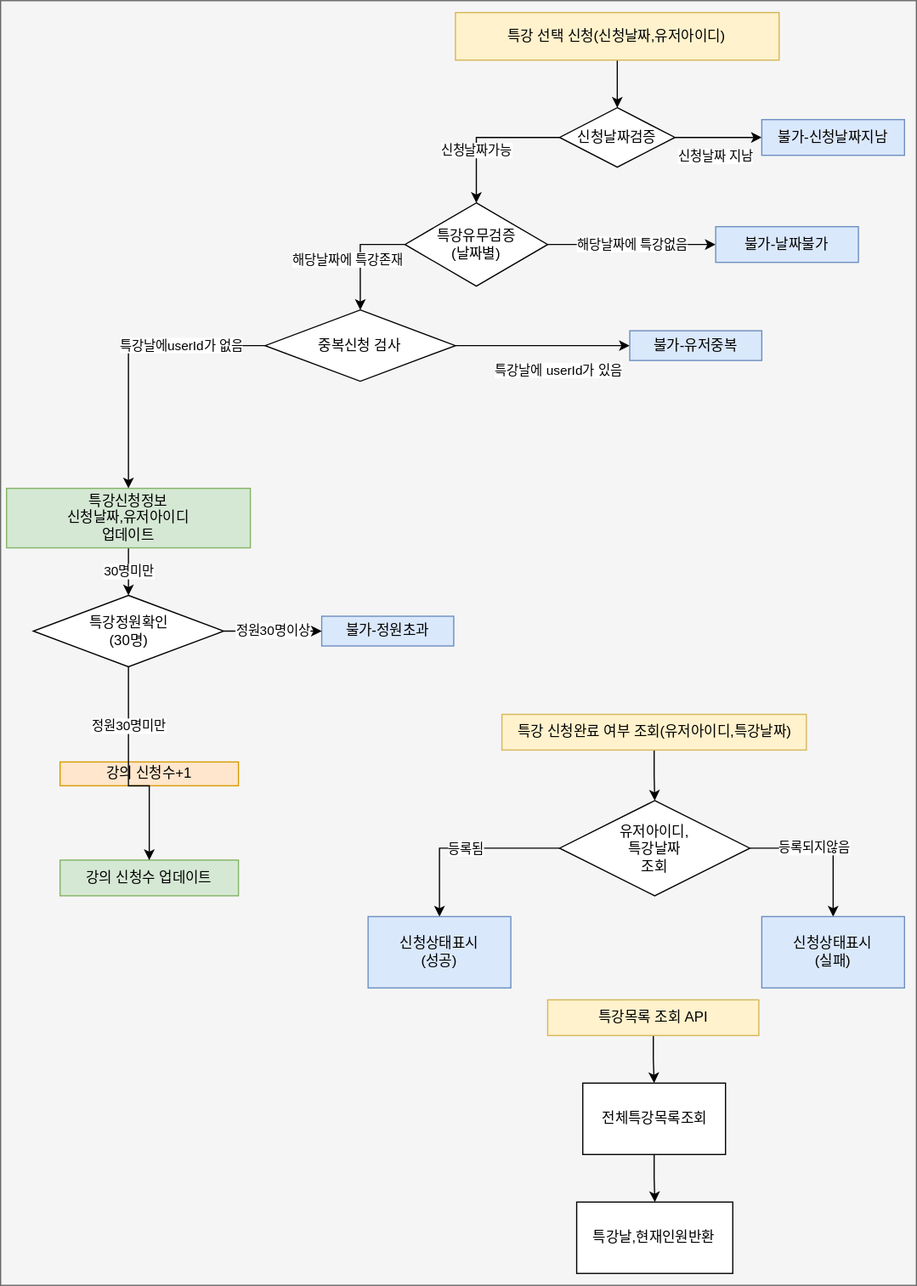
kabalport/ecommerce keeps this draw.io diagram as src/main/java/com/cdy/ecommerce/document/diagram/2.service-flow.svg. Above is the earlier version. Source tidied: cells renumbered, new cells last; positions are measured from the earlier drawing's top-left corner, leaving out a move shared by most shapes. The source it was exported from:
```xml
<mxGraphModel>
  <root>
    <mxCell id="0" />
    <mxCell id="1" parent="0" />
    <mxCell id="2" style="rounded=0;whiteSpace=wrap;html=1;fillColor=#f5f5f5;strokeColor=#666666;fontColor=#333333;" parent="1" vertex="1">
      <mxGeometry width="770" height="1080" as="geometry" />
    </mxCell>
    <mxCell id="3" style="edgeStyle=orthogonalEdgeStyle;rounded=0;jettySize=auto;html=1;" parent="1" edge="1" source="4" target="8">
      <mxGeometry relative="1" as="geometry" />
    </mxCell>
    <mxCell id="4" value="특강 선택 신청(신청날짜,유저아이디)" style="rounded=0;whiteSpace=wrap;html=1;fillColor=#fff2cc;strokeColor=#d6b656;" parent="1" vertex="1">
      <mxGeometry x="382.4" y="10" width="272.1" height="40" as="geometry" />
    </mxCell>
    <mxCell id="5" value="신청날짜가능" style="edgeStyle=orthogonalEdgeStyle;rounded=0;jettySize=auto;html=1;" parent="1" edge="1" source="8" target="11">
      <mxGeometry x="0.29" relative="1" as="geometry" />
    </mxCell>
    <mxCell id="6" style="edgeStyle=orthogonalEdgeStyle;rounded=0;jettySize=auto;html=1;" parent="1" edge="1" source="8" target="12">
      <mxGeometry relative="1" as="geometry" />
    </mxCell>
    <mxCell id="7" value="신청날짜 지남" style="edgeLabel;html=1;align=center;verticalAlign=middle;" parent="6" vertex="1">
      <mxGeometry x="0.24" y="2" relative="1" as="geometry">
        <mxPoint x="-12" y="17" as="offset" />
      </mxGeometry>
    </mxCell>
    <mxCell id="8" value="신청날짜검증" style="rhombus;whiteSpace=wrap;html=1;rounded=0;" parent="1" vertex="1">
      <mxGeometry x="470" y="90" width="97" height="50" as="geometry" />
    </mxCell>
    <mxCell id="9" value="해당날짜에 특강존재" style="edgeStyle=orthogonalEdgeStyle;rounded=0;jettySize=auto;html=1;entryX=0.5;entryY=0;entryDx=0;entryDy=0;exitX=0;exitY=0.5;exitDx=0;exitDy=0;" parent="1" edge="1" source="11" target="29">
      <mxGeometry x="0.1" y="-10" relative="1" as="geometry" />
    </mxCell>
    <mxCell id="10" value="해당날짜에 특강없음" style="edgeStyle=orthogonalEdgeStyle;rounded=0;jettySize=auto;html=1;entryX=0;entryY=0.5;entryDx=0;entryDy=0;" parent="1" edge="1" source="11" target="13">
      <mxGeometry relative="1" as="geometry" />
    </mxCell>
    <mxCell id="11" value="특강유무검증&lt;br&gt;(날짜별)" style="rhombus;whiteSpace=wrap;html=1;rounded=0;" parent="1" vertex="1">
      <mxGeometry x="340" y="170" width="120" height="70" as="geometry" />
    </mxCell>
    <mxCell id="12" value="불가-신청날짜지남" style="whiteSpace=wrap;html=1;rounded=0;fillColor=#dae8fc;strokeColor=#6c8ebf;" parent="1" vertex="1">
      <mxGeometry x="640" y="100" width="120" height="30" as="geometry" />
    </mxCell>
    <mxCell id="13" value="불가-날짜불가" style="rounded=0;whiteSpace=wrap;html=1;fillColor=#dae8fc;strokeColor=#6c8ebf;" parent="1" vertex="1">
      <mxGeometry x="601.2" y="190" width="120" height="30" as="geometry" />
    </mxCell>
    <mxCell id="14" value="불가-정원초과" style="whiteSpace=wrap;html=1;rounded=0;fillColor=#dae8fc;strokeColor=#6c8ebf;" parent="1" vertex="1">
      <mxGeometry x="270" y="517.5" width="111" height="25" as="geometry" />
    </mxCell>
    <mxCell id="15" style="edgeStyle=orthogonalEdgeStyle;rounded=0;jettySize=auto;html=1;" parent="1" edge="1" source="16" target="20">
      <mxGeometry relative="1" as="geometry" />
    </mxCell>
    <mxCell id="16" value="특강 신청완료 여부 조회(유저아이디,특강날짜)" style="rounded=0;whiteSpace=wrap;html=1;fillColor=#fff2cc;strokeColor=#d6b656;" parent="1" vertex="1">
      <mxGeometry x="421.5" y="600" width="256" height="30" as="geometry" />
    </mxCell>
    <mxCell id="17" style="edgeStyle=orthogonalEdgeStyle;rounded=0;jettySize=auto;html=1;entryX=0.5;entryY=0;entryDx=0;entryDy=0;" parent="1" edge="1" source="20" target="21">
      <mxGeometry relative="1" as="geometry" />
    </mxCell>
    <mxCell id="18" value="등록되지않음" style="edgeLabel;html=1;align=center;verticalAlign=middle;" parent="17" vertex="1">
      <mxGeometry x="-0.17" y="1" relative="1" as="geometry" />
    </mxCell>
    <mxCell id="19" value="등록됨" style="edgeStyle=orthogonalEdgeStyle;rounded=0;jettySize=auto;html=1;" parent="1" edge="1" source="20" target="22">
      <mxGeometry relative="1" as="geometry" />
    </mxCell>
    <mxCell id="20" value="유저아이디,&lt;br&gt;특강날짜&lt;br&gt;조회" style="rhombus;whiteSpace=wrap;html=1;" parent="1" vertex="1">
      <mxGeometry x="470" y="672.5" width="160" height="80" as="geometry" />
    </mxCell>
    <mxCell id="21" value="신청상태표시&lt;br&gt;(실패)" style="rounded=0;whiteSpace=wrap;html=1;fillColor=#dae8fc;strokeColor=#6c8ebf;" parent="1" vertex="1">
      <mxGeometry x="640" y="770" width="120" height="60" as="geometry" />
    </mxCell>
    <mxCell id="22" value="신청상태표시&lt;br&gt;(성공)" style="rounded=0;whiteSpace=wrap;html=1;fillColor=#dae8fc;strokeColor=#6c8ebf;" parent="1" vertex="1">
      <mxGeometry x="309" y="770" width="120" height="60" as="geometry" />
    </mxCell>
    <mxCell id="23" style="edgeStyle=orthogonalEdgeStyle;rounded=0;orthogonalLoop=1;jettySize=auto;html=1;exitX=0.5;exitY=1;exitDx=0;exitDy=0;" parent="1" edge="1" source="14" target="14">
      <mxGeometry relative="1" as="geometry" />
    </mxCell>
    <mxCell id="24" value="30명미만" style="edgeStyle=orthogonalEdgeStyle;rounded=0;jettySize=auto;html=1;" parent="1" edge="1" source="25" target="40">
      <mxGeometry relative="1" as="geometry" />
    </mxCell>
    <mxCell id="25" value="특강신청정보 &lt;br&gt;신청날짜,유저아이디&lt;br&gt;업데이트" style="rounded=0;whiteSpace=wrap;html=1;fillColor=#d5e8d4;strokeColor=#82b366;" parent="1" vertex="1">
      <mxGeometry x="5" y="410" width="205" height="50" as="geometry" />
    </mxCell>
    <mxCell id="26" style="edgeStyle=orthogonalEdgeStyle;rounded=0;jettySize=auto;html=1;" parent="1" edge="1" source="29" target="30">
      <mxGeometry relative="1" as="geometry" />
    </mxCell>
    <mxCell id="27" value="특강날에 userId가 있음" style="edgeLabel;html=1;align=center;verticalAlign=middle;" parent="26" vertex="1">
      <mxGeometry x="-0.01" y="3" relative="1" as="geometry">
        <mxPoint x="14" y="23" as="offset" />
      </mxGeometry>
    </mxCell>
    <mxCell id="28" value="특강날에userId가 없음" style="edgeStyle=orthogonalEdgeStyle;rounded=0;jettySize=auto;html=1;" parent="1" edge="1" source="29" target="25">
      <mxGeometry x="-0.4" relative="1" as="geometry" />
    </mxCell>
    <mxCell id="29" value="중복신청 검사" style="rhombus;whiteSpace=wrap;html=1;rounded=0;" parent="1" vertex="1">
      <mxGeometry x="222.4" y="260" width="160" height="60" as="geometry" />
    </mxCell>
    <mxCell id="30" value="불가-유저중복" style="whiteSpace=wrap;html=1;rounded=0;fillColor=#dae8fc;strokeColor=#6c8ebf;" parent="1" vertex="1">
      <mxGeometry x="529" y="277.5" width="111" height="25" as="geometry" />
    </mxCell>
    <mxCell id="31" value="강의 신청수+1" style="rounded=0;whiteSpace=wrap;html=1;fillColor=#ffe6cc;strokeColor=#d79b00;" parent="1" vertex="1">
      <mxGeometry x="50" y="640" width="150" height="20" as="geometry" />
    </mxCell>
    <mxCell id="32" value="강의 신청수 업데이트" style="rounded=0;whiteSpace=wrap;html=1;fillColor=#d5e8d4;strokeColor=#82b366;" parent="1" vertex="1">
      <mxGeometry x="50" y="722.5" width="150" height="30" as="geometry" />
    </mxCell>
    <mxCell id="33" style="edgeStyle=orthogonalEdgeStyle;rounded=0;jettySize=auto;html=1;entryX=0.5;entryY=0;entryDx=0;entryDy=0;" parent="1" edge="1" source="34" target="36">
      <mxGeometry relative="1" as="geometry" />
    </mxCell>
    <mxCell id="34" value="특강목록 조회 API" style="rounded=0;whiteSpace=wrap;html=1;fillColor=#fff2cc;strokeColor=#d6b656;" parent="1" vertex="1">
      <mxGeometry x="460" y="840" width="177.5" height="30" as="geometry" />
    </mxCell>
    <mxCell id="35" style="edgeStyle=orthogonalEdgeStyle;rounded=0;jettySize=auto;html=1;" parent="1" edge="1" source="36" target="37">
      <mxGeometry relative="1" as="geometry" />
    </mxCell>
    <mxCell id="36" value="전체특강목록조회" style="rounded=0;whiteSpace=wrap;html=1;" parent="1" vertex="1">
      <mxGeometry x="489.5" y="910" width="120" height="60" as="geometry" />
    </mxCell>
    <mxCell id="37" value="특강날,현재인원반환" style="rounded=0;whiteSpace=wrap;html=1;" parent="1" vertex="1">
      <mxGeometry x="484.4" y="1010" width="131.2" height="60" as="geometry" />
    </mxCell>
    <mxCell id="38" value="정원30명미만" style="edgeStyle=orthogonalEdgeStyle;rounded=0;jettySize=auto;html=1;entryX=0.5;entryY=0;entryDx=0;entryDy=0;exitX=0.5;exitY=1;exitDx=0;exitDy=0;" parent="1" edge="1" source="40" target="32">
      <mxGeometry x="-0.44" relative="1" as="geometry">
        <Array as="points">
          <mxPoint x="108" y="660" />
          <mxPoint x="125" y="660" />
        </Array>
      </mxGeometry>
    </mxCell>
    <mxCell id="39" value="정원30명이상" style="edgeStyle=orthogonalEdgeStyle;rounded=0;jettySize=auto;html=1;entryX=0;entryY=0.5;entryDx=0;entryDy=0;" parent="1" edge="1" source="40" target="14">
      <mxGeometry relative="1" as="geometry" />
    </mxCell>
    <mxCell id="40" value="특강정원확인&lt;br&gt;(30명)" style="rhombus;whiteSpace=wrap;html=1;rounded=0;" parent="1" vertex="1">
      <mxGeometry x="27.5" y="500" width="160" height="60" as="geometry" />
    </mxCell>
  </root>
</mxGraphModel>
```
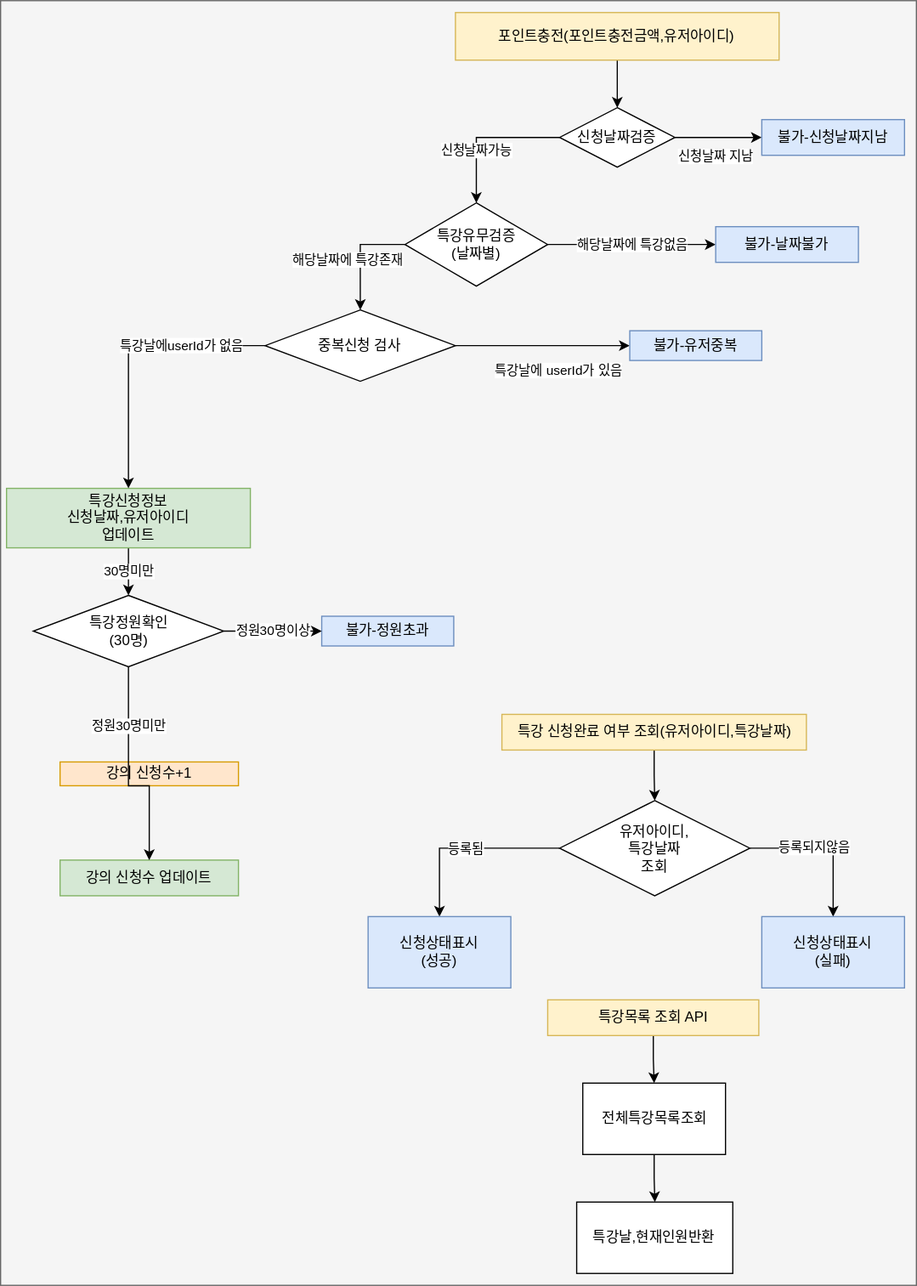
Later version of the same file.

Commit message:
포인트 조회api

The edit, as a diff of the source:
```diff
@@ -8,7 +8,7 @@
     <mxCell id="3" style="edgeStyle=orthogonalEdgeStyle;rounded=0;jettySize=auto;html=1;" parent="1" edge="1" source="4" target="8">
       <mxGeometry relative="1" as="geometry" />
     </mxCell>
-    <mxCell id="4" value="특강 선택 신청(신청날짜,유저아이디)" style="rounded=0;whiteSpace=wrap;html=1;fillColor=#fff2cc;strokeColor=#d6b656;" parent="1" vertex="1">
+    <mxCell id="4" value="포인트충전(포인트충전금액,유저아이디)" style="rounded=0;whiteSpace=wrap;html=1;fillColor=#fff2cc;strokeColor=#d6b656;" parent="1" vertex="1">
       <mxGeometry x="382.4" y="10" width="272.1" height="40" as="geometry" />
     </mxCell>
     <mxCell id="5" value="신청날짜가능" style="edgeStyle=orthogonalEdgeStyle;rounded=0;jettySize=auto;html=1;" parent="1" edge="1" source="8" target="11">
```
